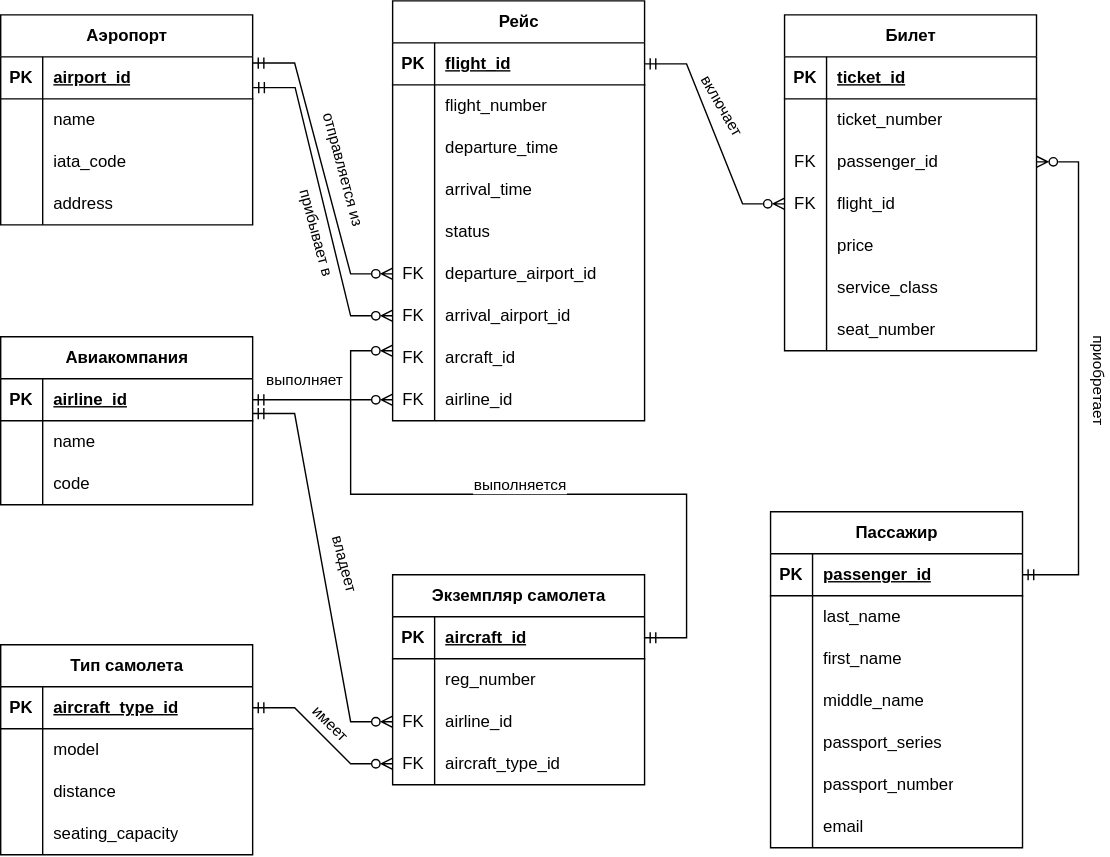
Above: Логическая_Мартина.drawio.svg in zhulegoalina/DBMS-labs (draw.io), before the change. Source tidied: cells renumbered, new cells last; positions are measured from the earlier drawing's top-left corner, leaving out a move shared by most shapes.
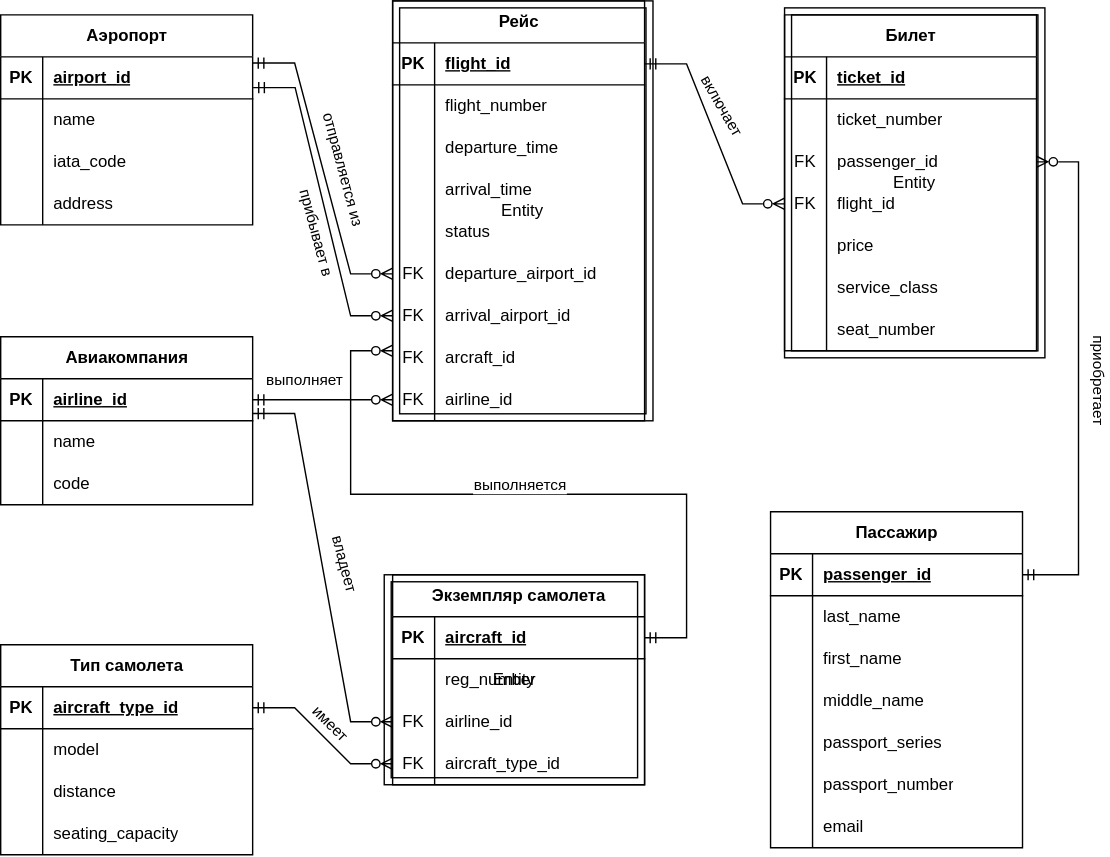
After the change.

Diff of the diagram source:
```diff
@@ -435,5 +435,14 @@
         <mxPoint x="16" y="4" as="offset" />
       </mxGeometry>
     </mxCell>
+    <mxCell id="139" value="Entity" style="shape=ext;margin=3;double=1;whiteSpace=wrap;html=1;align=center;fillColor=none;" parent="1" vertex="1">
+      <mxGeometry x="280" width="186" height="300" as="geometry" />
+    </mxCell>
+    <mxCell id="140" value="Entity" style="shape=ext;margin=3;double=1;whiteSpace=wrap;html=1;align=center;fillColor=none;" parent="1" vertex="1">
+      <mxGeometry x="560" y="5" width="186" height="250" as="geometry" />
+    </mxCell>
+    <mxCell id="141" value="Entity" style="shape=ext;margin=3;double=1;whiteSpace=wrap;html=1;align=center;fillColor=none;" parent="1" vertex="1">
+      <mxGeometry x="274" y="410" width="186" height="150" as="geometry" />
+    </mxCell>
   </root>
 </mxGraphModel>
```
